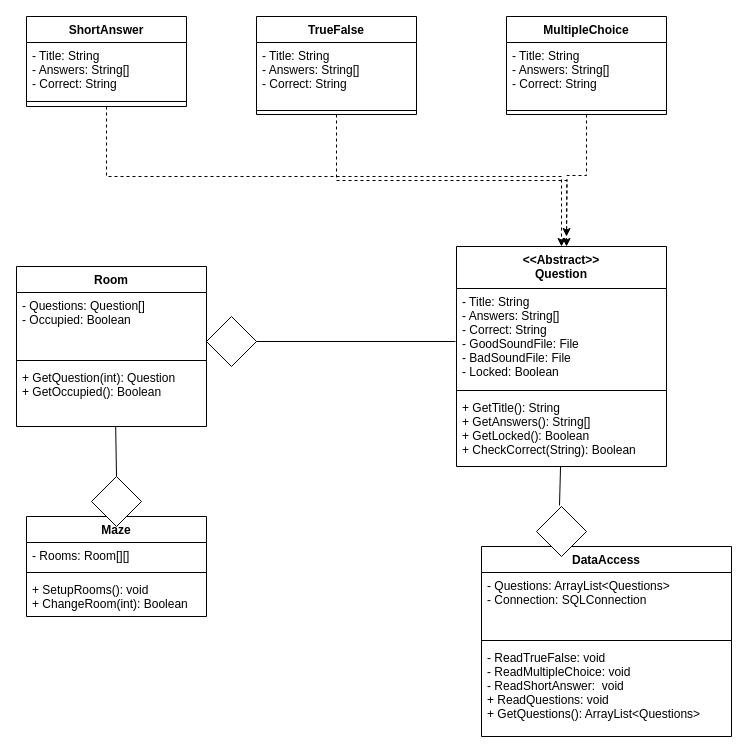
This is UMLWeek1.drawio from StevenZuelke/SoftDev350, a draw.io file, before an edit. Source tidied: cells renumbered, new cells numbered last; positions are measured from the earlier drawing's top-left corner, leaving out a move shared by most shapes. Both pictures are drawn from the tidied source at 100%, with x=0, y=0 at pixel (16, 16).
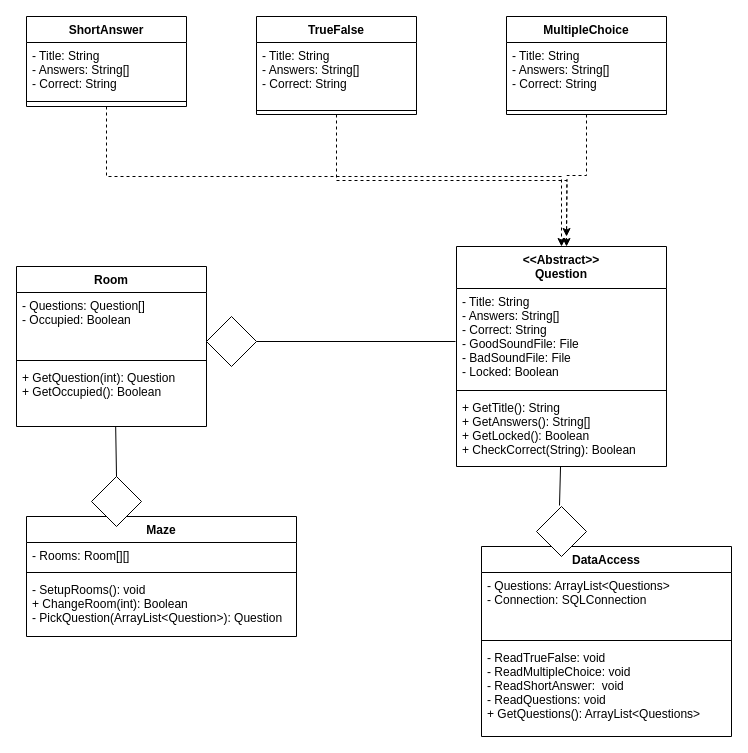
The same diagram, later.

Unchanged cells that the change refers to:
```xml
<mxCell id="30" value="DataAccess" style="swimlane;fontStyle=1;align=center;verticalAlign=top;horizontal=1;startSize=26;" parent="1" vertex="1">
  <mxGeometry x="465" y="530" width="250" height="190" as="geometry" />
</mxCell>
```

Change to the diagram source:
```diff
@@
     <mxCell id="2" value="Maze" style="swimlane;fontStyle=1;align=center;verticalAlign=top;horizontal=1;startSize=26;" parent="1" vertex="1">
-      <mxGeometry x="10" y="500" width="180" height="100" as="geometry" />
+      <mxGeometry x="10" y="500" width="270" height="120" as="geometry" />
     </mxCell>
     <mxCell id="3" value="- Rooms: Room[][]" style="text;strokeColor=none;fillColor=none;align=left;verticalAlign=top;spacingLeft=4;spacingRight=4;overflow=hidden;" parent="2" vertex="1">
-      <mxGeometry y="26" width="180" height="26" as="geometry" />
+      <mxGeometry y="26" width="270" height="26" as="geometry" />
     </mxCell>
     <mxCell id="4" style="line;strokeWidth=1;fillColor=none;align=left;verticalAlign=middle;spacingTop=-1;spacingLeft=3;spacingRight=3;labelPosition=right;" parent="2" vertex="1">
-      <mxGeometry y="52" width="180" height="8" as="geometry" />
+      <mxGeometry y="52" width="270" height="8" as="geometry" />
     </mxCell>
-    <mxCell id="5" value="+ SetupRooms(): void&#10;+ ChangeRoom(int): Boolean" style="text;strokeColor=none;fillColor=none;align=left;verticalAlign=top;spacingLeft=4;spacingRight=4;overflow=hidden;" parent="2" vertex="1">
-      <mxGeometry y="60" width="180" height="40" as="geometry" />
+    <mxCell id="5" value="- SetupRooms(): void&#10;+ ChangeRoom(int): Boolean&#10;- PickQuestion(ArrayList&lt;Question&gt;): Question" style="text;strokeColor=none;fillColor=none;align=left;verticalAlign=top;spacingLeft=4;spacingRight=4;overflow=hidden;" parent="2" vertex="1">
+      <mxGeometry y="60" width="270" height="60" as="geometry" />
     </mxCell>
@@
-    <mxCell id="33" value="- ReadTrueFalse: void&#10;- ReadMultipleChoice: void&#10;- ReadShortAnswer:  void&#10;+ ReadQuestions: void&#10;+ GetQuestions(): ArrayList&lt;Questions&gt;" style="text;strokeColor=none;fillColor=none;align=left;verticalAlign=top;spacingLeft=4;spacingRight=4;overflow=hidden;" parent="30" vertex="1">
+    <mxCell id="33" value="- ReadTrueFalse: void&#10;- ReadMultipleChoice: void&#10;- ReadShortAnswer:  void&#10;- ReadQuestions: void&#10;+ GetQuestions(): ArrayList&lt;Questions&gt;" style="text;strokeColor=none;fillColor=none;align=left;verticalAlign=top;spacingLeft=4;spacingRight=4;overflow=hidden;" parent="30" vertex="1">
       <mxGeometry y="98" width="250" height="92" as="geometry" />
     </mxCell>
```
